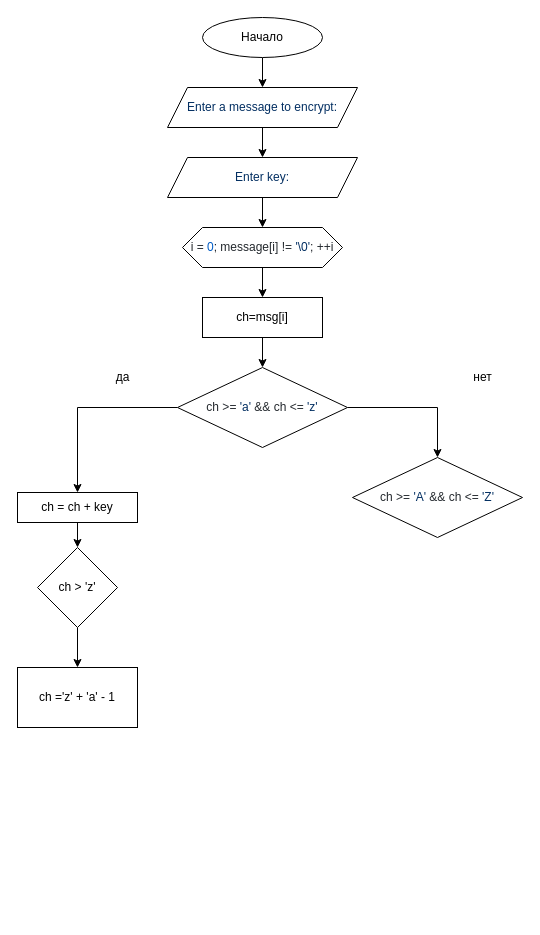
This is Untitled Diagram.drawio from Longnguyen2006/Caesar-cipher, a draw.io file, before an edit. Source tidied: cells renumbered, new cells numbered last; positions are measured from the earlier drawing's top-left corner, leaving out a move shared by most shapes. Both pictures are drawn from the tidied source at 100%, with x=0, y=0 at pixel (17, 17).
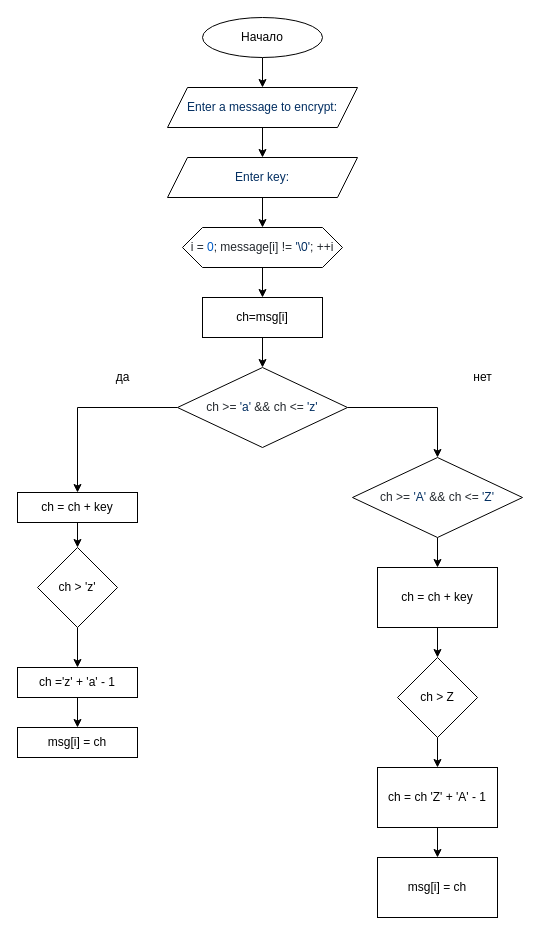
After the change.

The change refers to these unchanged cells:
```xml
<mxCell id="15" value="&lt;span style=&quot;color: rgb(36 , 41 , 46) ; font-family: , &amp;#34;consolas&amp;#34; , &amp;#34;liberation mono&amp;#34; , &amp;#34;menlo&amp;#34; , monospace ; background-color: rgb(255 , 255 , 255)&quot;&gt;ch &amp;gt;= &lt;/span&gt;&lt;span class=&quot;pl-s&quot; style=&quot;box-sizing: border-box ; color: rgb(3 , 47 , 98) ; font-family: , &amp;#34;consolas&amp;#34; , &amp;#34;liberation mono&amp;#34; , &amp;#34;menlo&amp;#34; , monospace ; background-color: rgb(255 , 255 , 255)&quot;&gt;&lt;span class=&quot;pl-pds&quot; style=&quot;box-sizing: border-box&quot;&gt;'&lt;/span&gt;A&lt;span class=&quot;pl-pds&quot; style=&quot;box-sizing: border-box&quot;&gt;'&lt;/span&gt;&lt;/span&gt;&lt;span style=&quot;color: rgb(36 , 41 , 46) ; font-family: , &amp;#34;consolas&amp;#34; , &amp;#34;liberation mono&amp;#34; , &amp;#34;menlo&amp;#34; , monospace ; background-color: rgb(255 , 255 , 255)&quot;&gt; &amp;amp;&amp;amp; ch &amp;lt;= &lt;/span&gt;&lt;span class=&quot;pl-s&quot; style=&quot;box-sizing: border-box ; color: rgb(3 , 47 , 98) ; font-family: , &amp;#34;consolas&amp;#34; , &amp;#34;liberation mono&amp;#34; , &amp;#34;menlo&amp;#34; , monospace ; background-color: rgb(255 , 255 , 255)&quot;&gt;&lt;span class=&quot;pl-pds&quot; style=&quot;box-sizing: border-box&quot;&gt;'&lt;/span&gt;Z&lt;span class=&quot;pl-pds&quot; style=&quot;box-sizing: border-box&quot;&gt;'&lt;/span&gt;&lt;/span&gt;" style="rhombus;whiteSpace=wrap;html=1;" parent="1" vertex="1">
  <mxGeometry x="335" y="440" width="170" height="80" as="geometry" />
</mxCell>
```

What changed in the source:
```diff
@@
+    <mxCell id="23" style="edgeStyle=orthogonalEdgeStyle;rounded=0;jettySize=auto;html=1;" parent="1" edge="1" source="15" target="27">
+      <mxGeometry relative="1" as="geometry" />
+    </mxCell>
@@
+    <mxCell id="24" style="edgeStyle=orthogonalEdgeStyle;rounded=0;jettySize=auto;html=1;" parent="1" edge="1" source="20" target="25">
+      <mxGeometry relative="1" as="geometry" />
+    </mxCell>
     <mxCell id="20" value="ch ='z' + 'a' - 1" style="whiteSpace=wrap;html=1;" parent="1" vertex="1">
-      <mxGeometry y="650" width="120" height="60" as="geometry" />
+      <mxGeometry y="650" width="120" height="30" as="geometry" />
     </mxCell>
@@
+    <mxCell id="25" value="msg[i] = ch" style="whiteSpace=wrap;html=1;" parent="1" vertex="1">
+      <mxGeometry y="710" width="120" height="30" as="geometry" />
+    </mxCell>
+    <mxCell id="26" style="edgeStyle=orthogonalEdgeStyle;rounded=0;jettySize=auto;html=1;" parent="1" edge="1" source="27" target="29">
+      <mxGeometry relative="1" as="geometry" />
+    </mxCell>
+    <mxCell id="27" value="ch = ch + key" style="whiteSpace=wrap;html=1;" parent="1" vertex="1">
+      <mxGeometry x="360" y="550" width="120" height="60" as="geometry" />
+    </mxCell>
+    <mxCell id="28" style="edgeStyle=orthogonalEdgeStyle;rounded=0;jettySize=auto;html=1;" parent="1" edge="1" source="29" target="31">
+      <mxGeometry relative="1" as="geometry" />
+    </mxCell>
+    <mxCell id="29" value="ch &amp;gt; Z" style="rhombus;whiteSpace=wrap;html=1;" parent="1" vertex="1">
+      <mxGeometry x="380" y="640" width="80" height="80" as="geometry" />
+    </mxCell>
+    <mxCell id="30" style="edgeStyle=orthogonalEdgeStyle;rounded=0;jettySize=auto;html=1;" parent="1" edge="1" source="31" target="32">
+      <mxGeometry relative="1" as="geometry" />
+    </mxCell>
+    <mxCell id="31" value="ch = ch 'Z' + 'A' - 1" style="whiteSpace=wrap;html=1;" parent="1" vertex="1">
+      <mxGeometry x="360" y="750" width="120" height="60" as="geometry" />
+    </mxCell>
+    <mxCell id="32" value="msg[i] = ch" style="whiteSpace=wrap;html=1;" parent="1" vertex="1">
+      <mxGeometry x="360" y="840" width="120" height="60" as="geometry" />
+    </mxCell>
```
